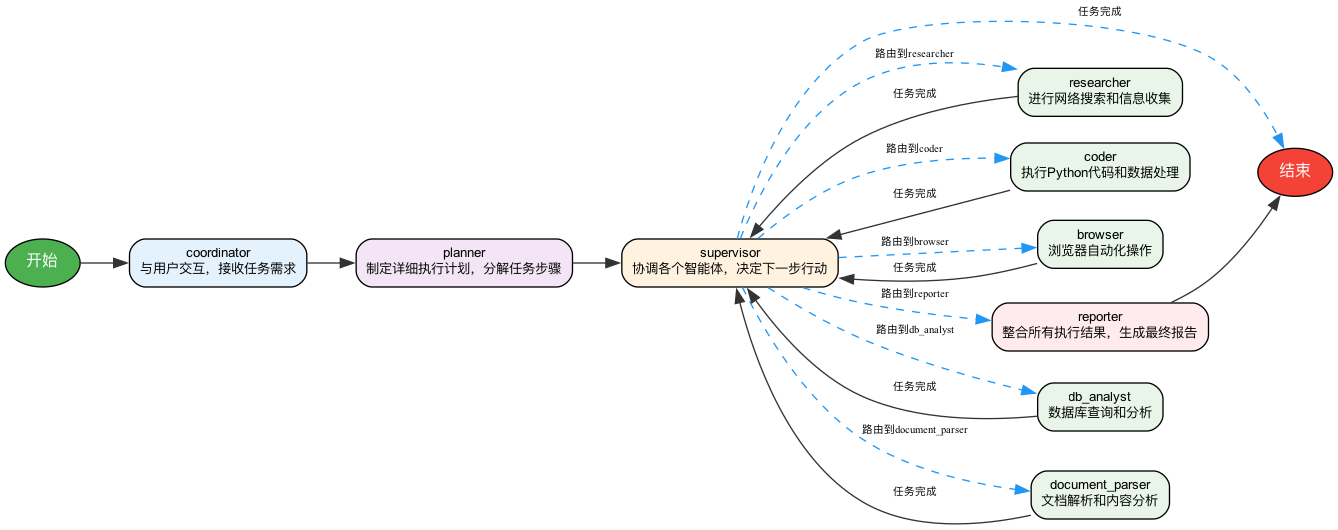
The Mermaid diagram docs/diagrams/fusionai_workflow.png in LestreZhao/agent-service, before a commit. Its source is kept beside it as docs/diagrams/fusionai_workflow.mmd.
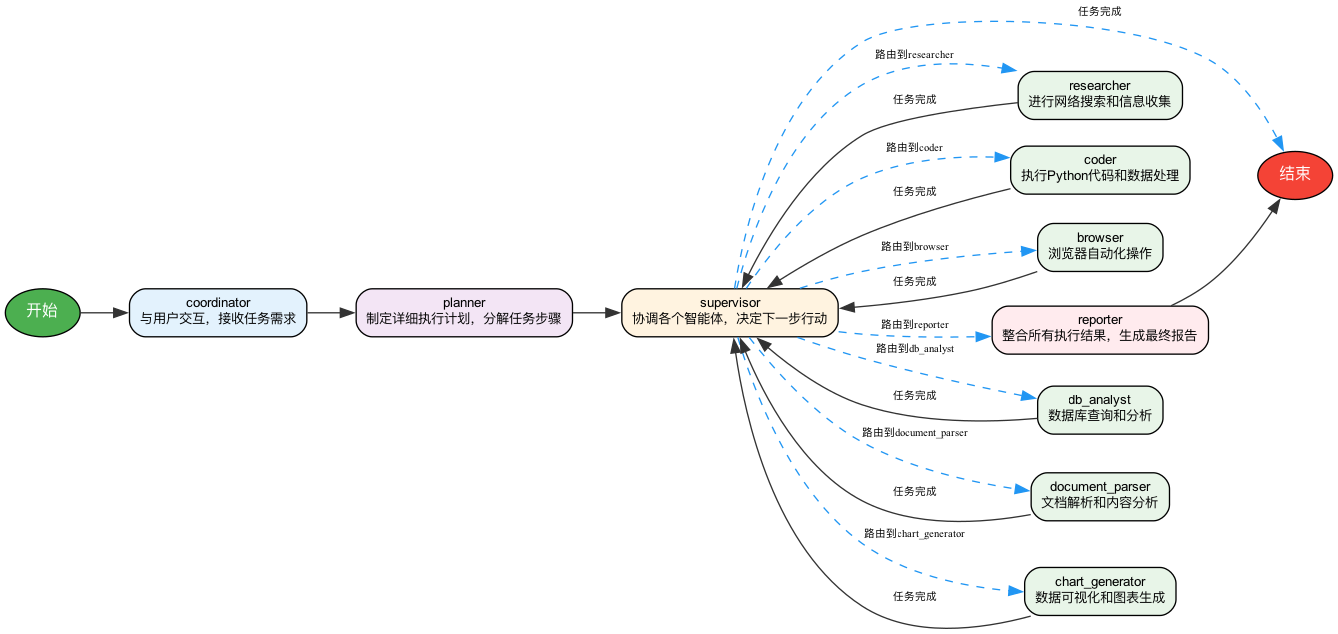
Above is the later version.

Diff of the diagram source:
```diff
@@ -8,6 +8,7 @@
     reporter["reporter<br/>整合所有执行结果，生成最终报告"]
     db_analyst["db_analyst<br/>数据库查询和分析"]
     document_parser["document_parser<br/>文档解析和内容分析"]
+    chart_generator["chart_generator<br/>数据可视化和图表生成"]
     start([开始])
     end([结束])
 
@@ -20,11 +21,13 @@
     supervisor -->|路由到reporter| reporter
     supervisor -->|路由到db_analyst| db_analyst
     supervisor -->|路由到document_parser| document_parser
+    supervisor -->|路由到chart_generator| chart_generator
     researcher --> supervisor
     coder --> supervisor
     browser --> supervisor
     db_analyst --> supervisor
     document_parser --> supervisor
+    chart_generator --> supervisor
     reporter --> end
     supervisor -->|任务完成| end
 
@@ -39,5 +42,5 @@
     class coordinator coordinator
     class planner planner
     class supervisor supervisor
-    class researcher,coder,browser,db_analyst,document_parser executor
+    class researcher,coder,browser,db_analyst,document_parser,chart_generator executor
     class reporter reporter
```
